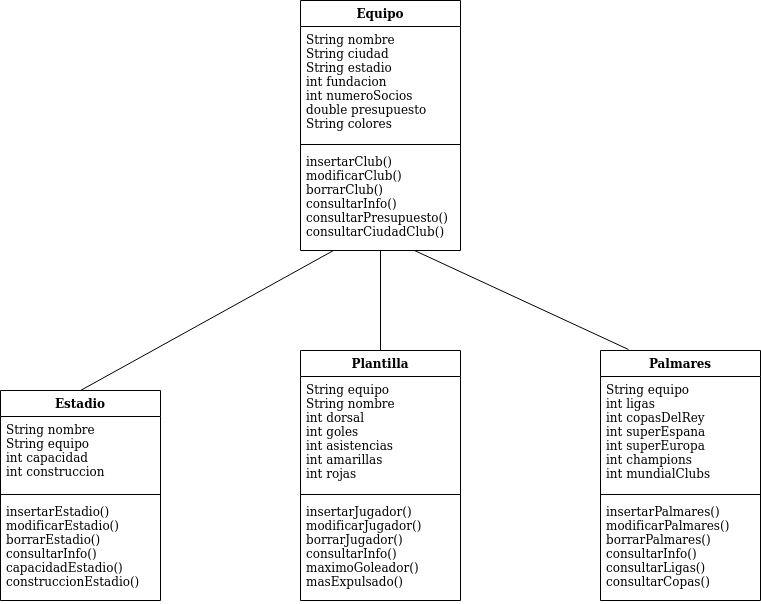
Earlier version of the draw.io export DiagramaClases/FurguitoClases.png (rguezgiova/Furguito). Source tidied: cells renumbered, new cells last; positions are measured from the earlier drawing's top-left corner, leaving out a move shared by most shapes.
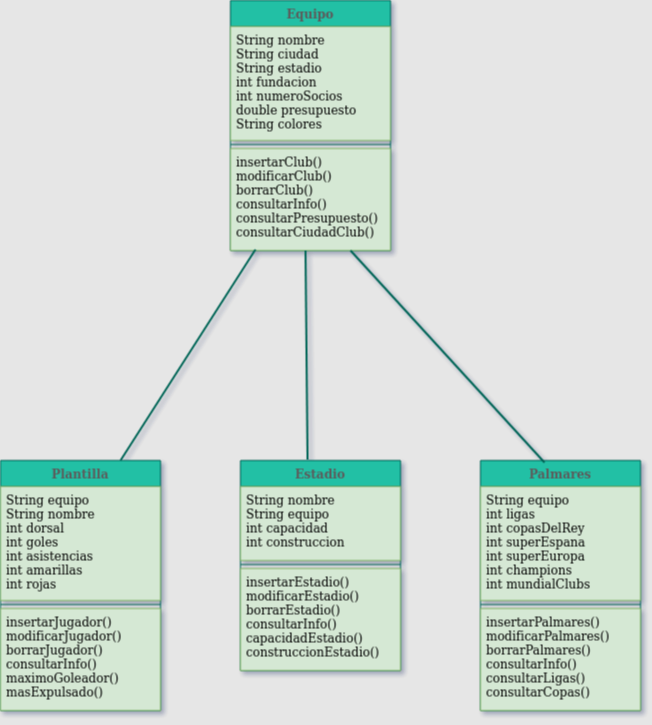
After the change.

Commit message:
#18 Modificados los diagramas para que se vean mas claramente

Diff of the diagram source:
```diff
@@ -1,67 +1,63 @@
-<mxGraphModel>
+<mxGraphModel background="#E6E6E6" shadow="1">
   <root>
     <mxCell id="0" />
     <mxCell id="1" parent="0" />
-    <mxCell id="2" value="Equipo" style="swimlane;fontStyle=1;align=center;verticalAlign=top;horizontal=1;startSize=26;" parent="1" vertex="1">
-      <mxGeometry x="300" width="160" height="250" as="geometry" />
+    <mxCell id="2" value="Equipo" style="swimlane;fontStyle=1;align=center;verticalAlign=top;horizontal=1;startSize=26;fillColor=#21C0A5;strokeColor=#006658;fontColor=#5C5C5C;" parent="1" vertex="1">
+      <mxGeometry x="280" y="-70" width="160" height="250" as="geometry" />
     </mxCell>
-    <mxCell id="3" value="String nombre&#10;String ciudad&#10;String estadio&#10;int fundacion&#10;int numeroSocios&#10;double presupuesto&#10;String colores" style="text;strokeColor=none;fillColor=none;align=left;verticalAlign=top;spacingLeft=4;spacingRight=4;overflow=hidden;fontStyle=0;" parent="2" vertex="1">
+    <mxCell id="3" value="String nombre&#10;String ciudad&#10;String estadio&#10;int fundacion&#10;int numeroSocios&#10;double presupuesto&#10;String colores" style="text;strokeColor=#82b366;fillColor=#d5e8d4;align=left;verticalAlign=top;spacingLeft=4;spacingRight=4;overflow=hidden;fontStyle=0;" parent="2" vertex="1">
       <mxGeometry y="26" width="160" height="114" as="geometry" />
     </mxCell>
-    <mxCell id="4" style="line;strokeWidth=1;fillColor=none;align=left;verticalAlign=middle;spacingTop=-1;spacingLeft=3;spacingRight=3;labelPosition=right;" parent="2" vertex="1">
+    <mxCell id="4" style="line;strokeWidth=1;fillColor=none;align=left;verticalAlign=middle;spacingTop=-1;spacingLeft=3;spacingRight=3;labelPosition=right;strokeColor=#006658;fontColor=#5C5C5C;" parent="2" vertex="1">
       <mxGeometry y="140" width="160" height="8" as="geometry" />
     </mxCell>
-    <mxCell id="5" value="insertarClub()&#10;modificarClub()&#10;borrarClub()&#10;consultarInfo()&#10;consultarPresupuesto()&#10;consultarCiudadClub()&#10;" style="text;strokeColor=none;fillColor=none;align=left;verticalAlign=top;spacingLeft=4;spacingRight=4;overflow=hidden;points=[[0,0.5],[1,0.5]];portConstraint=eastwest;" parent="2" vertex="1">
+    <mxCell id="5" value="insertarClub()&#10;modificarClub()&#10;borrarClub()&#10;consultarInfo()&#10;consultarPresupuesto()&#10;consultarCiudadClub()&#10;" style="text;strokeColor=#82b366;fillColor=#d5e8d4;align=left;verticalAlign=top;spacingLeft=4;spacingRight=4;overflow=hidden;points=[[0,0.5],[1,0.5]];portConstraint=eastwest;" parent="2" vertex="1">
       <mxGeometry y="148" width="160" height="102" as="geometry" />
     </mxCell>
-    <mxCell id="6" value="Estadio" style="swimlane;fontStyle=1;align=center;verticalAlign=top;horizontal=1;startSize=26;" parent="1" vertex="1">
-      <mxGeometry y="390" width="160" height="210" as="geometry" />
+    <mxCell id="6" value="Estadio" style="swimlane;fontStyle=1;align=center;verticalAlign=top;horizontal=1;startSize=26;fillColor=#21C0A5;strokeColor=#006658;fontColor=#5C5C5C;" parent="1" vertex="1">
+      <mxGeometry x="290" y="390" width="160" height="210" as="geometry" />
     </mxCell>
-    <mxCell id="7" value="String nombre&#10;String equipo&#10;int capacidad&#10;int construccion" style="text;strokeColor=none;fillColor=none;align=left;verticalAlign=top;spacingLeft=4;spacingRight=4;overflow=hidden;" parent="6" vertex="1">
+    <mxCell id="7" value="String nombre&#10;String equipo&#10;int capacidad&#10;int construccion" style="text;strokeColor=#82b366;fillColor=#d5e8d4;align=left;verticalAlign=top;spacingLeft=4;spacingRight=4;overflow=hidden;" parent="6" vertex="1">
       <mxGeometry y="26" width="160" height="74" as="geometry" />
     </mxCell>
-    <mxCell id="8" style="line;strokeWidth=1;fillColor=none;align=left;verticalAlign=middle;spacingTop=-1;spacingLeft=3;spacingRight=3;labelPosition=right;" parent="6" vertex="1">
+    <mxCell id="8" style="line;strokeWidth=1;fillColor=none;align=left;verticalAlign=middle;spacingTop=-1;spacingLeft=3;spacingRight=3;labelPosition=right;strokeColor=#006658;fontColor=#5C5C5C;" parent="6" vertex="1">
       <mxGeometry y="100" width="160" height="8" as="geometry" />
     </mxCell>
-    <mxCell id="9" value="insertarEstadio()&#10;modificarEstadio()&#10;borrarEstadio()&#10;consultarInfo()&#10;capacidadEstadio()&#10;construccionEstadio()" style="text;strokeColor=none;fillColor=none;align=left;verticalAlign=top;spacingLeft=4;spacingRight=4;overflow=hidden;" parent="6" vertex="1">
+    <mxCell id="9" value="insertarEstadio()&#10;modificarEstadio()&#10;borrarEstadio()&#10;consultarInfo()&#10;capacidadEstadio()&#10;construccionEstadio()" style="text;strokeColor=#82b366;fillColor=#d5e8d4;align=left;verticalAlign=top;spacingLeft=4;spacingRight=4;overflow=hidden;" parent="6" vertex="1">
       <mxGeometry y="108" width="160" height="102" as="geometry" />
     </mxCell>
-    <mxCell id="10" value="Palmares" style="swimlane;fontStyle=1;align=center;verticalAlign=top;horizontal=1;startSize=26;" parent="1" vertex="1">
-      <mxGeometry x="600" y="350" width="160" height="250" as="geometry" />
+    <mxCell id="10" value="Palmares" style="swimlane;fontStyle=1;align=center;verticalAlign=top;horizontal=1;startSize=26;fillColor=#21C0A5;strokeColor=#006658;fontColor=#5C5C5C;" parent="1" vertex="1">
+      <mxGeometry x="530" y="390" width="160" height="250" as="geometry" />
     </mxCell>
-    <mxCell id="11" value="String equipo&#10;int ligas&#10;int copasDelRey&#10;int superEspana&#10;int superEuropa&#10;int champions&#10;int mundialClubs" style="text;strokeColor=none;fillColor=none;align=left;verticalAlign=top;spacingLeft=4;spacingRight=4;overflow=hidden;" parent="10" vertex="1">
+    <mxCell id="11" value="String equipo&#10;int ligas&#10;int copasDelRey&#10;int superEspana&#10;int superEuropa&#10;int champions&#10;int mundialClubs" style="text;strokeColor=#82b366;fillColor=#d5e8d4;align=left;verticalAlign=top;spacingLeft=4;spacingRight=4;overflow=hidden;" parent="10" vertex="1">
       <mxGeometry y="26" width="160" height="114" as="geometry" />
     </mxCell>
-    <mxCell id="12" style="line;strokeWidth=1;fillColor=none;align=left;verticalAlign=middle;spacingTop=-1;spacingLeft=3;spacingRight=3;labelPosition=right;" parent="10" vertex="1">
+    <mxCell id="12" style="line;strokeWidth=1;fillColor=none;align=left;verticalAlign=middle;spacingTop=-1;spacingLeft=3;spacingRight=3;labelPosition=right;strokeColor=#006658;fontColor=#5C5C5C;" parent="10" vertex="1">
       <mxGeometry y="140" width="160" height="8" as="geometry" />
     </mxCell>
-    <mxCell id="13" value="insertarPalmares()&#10;modificarPalmares()&#10;borrarPalmares()&#10;consultarInfo()&#10;consultarLigas()&#10;consultarCopas()" style="text;strokeColor=none;fillColor=none;align=left;verticalAlign=top;spacingLeft=4;spacingRight=4;overflow=hidden;" parent="10" vertex="1">
+    <mxCell id="13" value="insertarPalmares()&#10;modificarPalmares()&#10;borrarPalmares()&#10;consultarInfo()&#10;consultarLigas()&#10;consultarCopas()" style="text;strokeColor=#82b366;fillColor=#d5e8d4;align=left;verticalAlign=top;spacingLeft=4;spacingRight=4;overflow=hidden;" parent="10" vertex="1">
       <mxGeometry y="148" width="160" height="102" as="geometry" />
     </mxCell>
-    <mxCell id="14" value="Plantilla" style="swimlane;fontStyle=1;align=center;verticalAlign=top;horizontal=1;startSize=26;" parent="1" vertex="1">
-      <mxGeometry x="300" y="350" width="160" height="250" as="geometry" />
+    <mxCell id="14" value="Plantilla" style="swimlane;fontStyle=1;align=center;verticalAlign=top;horizontal=1;startSize=26;fillColor=#21C0A5;strokeColor=#006658;fontColor=#5C5C5C;" parent="1" vertex="1">
+      <mxGeometry x="50" y="390" width="160" height="250" as="geometry" />
     </mxCell>
-    <mxCell id="15" value="String equipo&#10;String nombre&#10;int dorsal&#10;int goles&#10;int asistencias&#10;int amarillas&#10;int rojas" style="text;strokeColor=none;fillColor=none;align=left;verticalAlign=top;spacingLeft=4;spacingRight=4;overflow=hidden;" parent="14" vertex="1">
+    <mxCell id="15" value="String equipo&#10;String nombre&#10;int dorsal&#10;int goles&#10;int asistencias&#10;int amarillas&#10;int rojas" style="text;strokeColor=#82b366;fillColor=#d5e8d4;align=left;verticalAlign=top;spacingLeft=4;spacingRight=4;overflow=hidden;" parent="14" vertex="1">
       <mxGeometry y="26" width="160" height="114" as="geometry" />
     </mxCell>
-    <mxCell id="16" style="line;strokeWidth=1;fillColor=none;align=left;verticalAlign=middle;spacingTop=-1;spacingLeft=3;spacingRight=3;labelPosition=right;" parent="14" vertex="1">
+    <mxCell id="16" style="line;strokeWidth=1;fillColor=none;align=left;verticalAlign=middle;spacingTop=-1;spacingLeft=3;spacingRight=3;labelPosition=right;strokeColor=#006658;fontColor=#5C5C5C;" parent="14" vertex="1">
       <mxGeometry y="140" width="160" height="8" as="geometry" />
     </mxCell>
-    <mxCell id="17" value="insertarJugador()&#10;modificarJugador()&#10;borrarJugador()&#10;consultarInfo()&#10;maximoGoleador()&#10;masExpulsado()" style="text;strokeColor=none;fillColor=none;align=left;verticalAlign=top;spacingLeft=4;spacingRight=4;overflow=hidden;" parent="14" vertex="1">
+    <mxCell id="17" value="insertarJugador()&#10;modificarJugador()&#10;borrarJugador()&#10;consultarInfo()&#10;maximoGoleador()&#10;masExpulsado()" style="text;strokeColor=#82b366;fillColor=#d5e8d4;align=left;verticalAlign=top;spacingLeft=4;spacingRight=4;overflow=hidden;" parent="14" vertex="1">
       <mxGeometry y="148" width="160" height="102" as="geometry" />
     </mxCell>
-    <mxCell id="18" style="endArrow=none;html=1;exitX=0.5;exitY=0;exitDx=0;exitDy=0;" parent="1" edge="1" source="6">
-      <mxGeometry relative="1" as="geometry">
-        <mxPoint x="333" y="250" as="targetPoint" />
-      </mxGeometry>
-    </mxCell>
-    <mxCell id="19" style="endArrow=none;html=1;exitX=0.5;exitY=0;exitDx=0;exitDy=0;" parent="1" edge="1" source="14" target="5">
+    <mxCell id="19" style="endArrow=none;html=1;entryX=0.156;entryY=0.99;entryDx=0;entryDy=0;entryPerimeter=0;exitX=0.75;exitY=0;exitDx=0;exitDy=0;strokeColor=#006658;fontColor=#5C5C5C;strokeWidth=2;" parent="1" edge="1" source="14" target="5">
       <mxGeometry relative="1" as="geometry" />
     </mxCell>
-    <mxCell id="20" style="endArrow=none;html=1;exitX=0.175;exitY=-0.004;exitDx=0;exitDy=0;exitPerimeter=0;" parent="1" edge="1" source="10">
-      <mxGeometry relative="1" as="geometry">
-        <mxPoint x="414" y="250" as="targetPoint" />
-      </mxGeometry>
-    </mxCell>
+    <mxCell id="21" style="endArrow=none;html=1;entryX=0.469;entryY=1;entryDx=0;entryDy=0;entryPerimeter=0;exitX=0.419;exitY=-0.005;exitDx=0;exitDy=0;exitPerimeter=0;strokeColor=#006658;fontColor=#5C5C5C;strokeWidth=2;" parent="1" edge="1" source="6" target="5">
+      <mxGeometry relative="1" as="geometry" />
+    </mxCell>
+    <mxCell id="22" style="endArrow=none;html=1;entryX=0.75;entryY=1;entryDx=0;entryDy=0;exitX=0.4;exitY=0.008;exitDx=0;exitDy=0;exitPerimeter=0;strokeColor=#006658;fontColor=#5C5C5C;strokeWidth=2;" parent="1" edge="1" source="10" target="2">
+      <mxGeometry relative="1" as="geometry" />
+    </mxCell>
   </root>
 </mxGraphModel>
```
